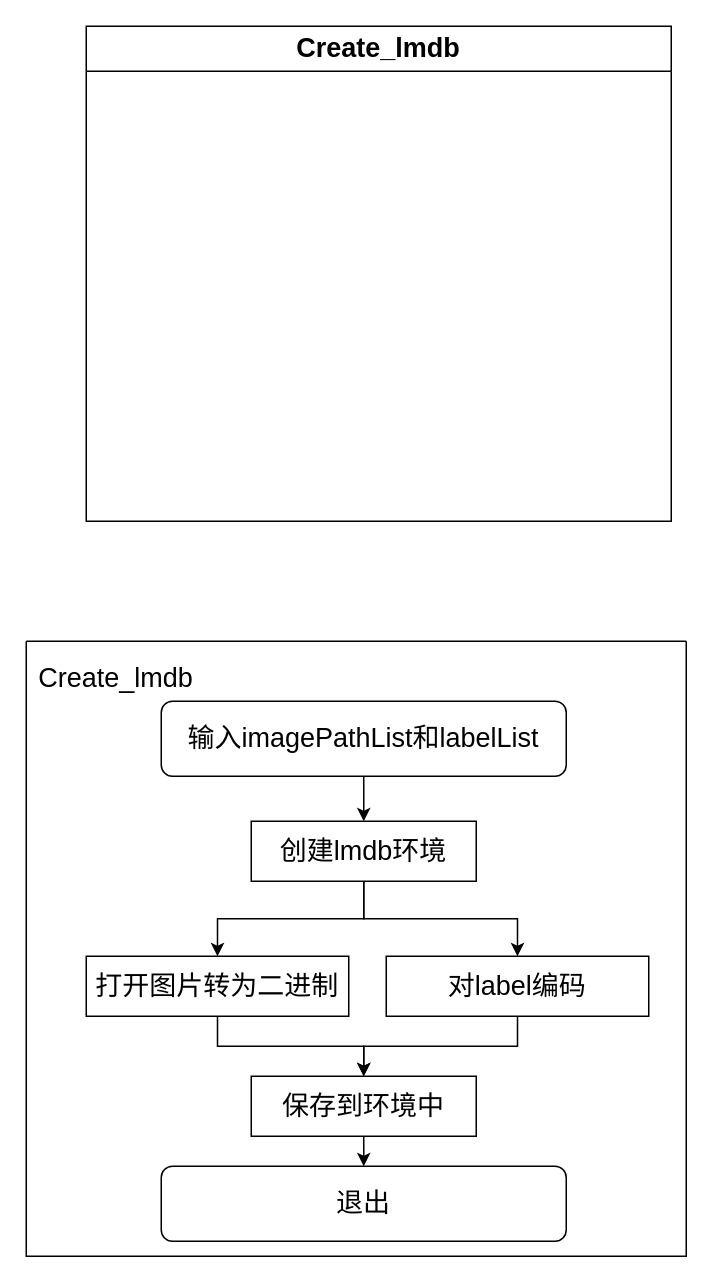
Above: thesis_data_create.drawio in Dong-J93/_pictures (draw.io), before the change. Source tidied: cells renumbered, new cells numbered last; positions are measured from the earlier drawing's top-left corner, leaving out a move shared by most shapes. Both pictures are drawn from the tidied source at 150%, with x=0, y=0 at pixel (26, 26).
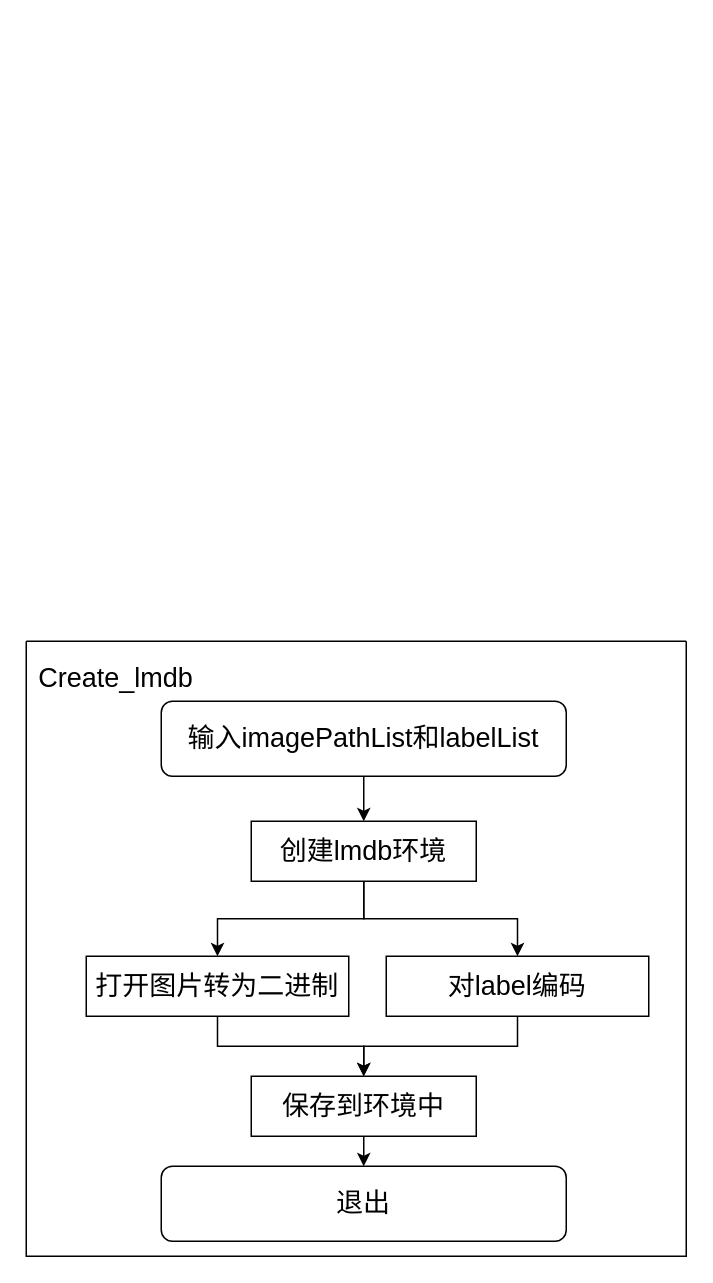
After the change.

Diff of the diagram source:
```diff
@@
 <mxGraphModel>
   <root>
     <mxCell id="0" />
     <mxCell id="1" parent="0" />
-    <mxCell id="2" value="&lt;font style=&quot;font-size: 18px;&quot;&gt;Create_lmdb&lt;/font&gt;" style="swimlane;whiteSpace=wrap;html=1;startSize=30;" parent="1" vertex="1">
-      <mxGeometry x="40" width="390" height="330" as="geometry" />
-    </mxCell>
     <mxCell id="3" style="swimlane;startSize=0;" parent="1" vertex="1">
       <mxGeometry y="410" width="440" height="410" as="geometry" />
     </mxCell>
     <mxCell id="4" style="edgeStyle=orthogonalEdgeStyle;rounded=0;jettySize=auto;html=1;" parent="3" edge="1" source="5" target="6">
       <mxGeometry relative="1" as="geometry" />
     </mxCell>
     <mxCell id="5" value="&lt;font style=&quot;font-size: 18px;&quot;&gt;输入imagePathList和labelList&lt;/font&gt;" style="rounded=1;whiteSpace=wrap;html=1;" parent="3" vertex="1">
       <mxGeometry x="90" y="40" width="270" height="50" as="geometry" />
     </mxCell>
     <mxCell id="6" value="&lt;font style=&quot;font-size: 18px;&quot;&gt;创建lmdb环境&lt;/font&gt;" style="rounded=0;whiteSpace=wrap;html=1;" parent="3" vertex="1">
       <mxGeometry x="150" y="120" width="150" height="40" as="geometry" />
     </mxCell>
     <mxCell id="7" style="edgeStyle=orthogonalEdgeStyle;rounded=0;jettySize=auto;html=1;exitX=0.5;exitY=1;exitDx=0;exitDy=0;entryX=0.5;entryY=0;entryDx=0;entryDy=0;" parent="3" edge="1" source="8" target="15">
       <mxGeometry relative="1" as="geometry" />
     </mxCell>
     <mxCell id="8" value="&lt;font style=&quot;font-size: 18px;&quot;&gt;打开图片转为二进制&lt;/font&gt;" style="rounded=0;whiteSpace=wrap;html=1;" parent="3" vertex="1">
       <mxGeometry x="40" y="210" width="175" height="40" as="geometry" />
     </mxCell>
     <mxCell id="9" style="edgeStyle=orthogonalEdgeStyle;rounded=0;jettySize=auto;html=1;" parent="3" edge="1" source="6" target="8">
       <mxGeometry relative="1" as="geometry" />
     </mxCell>
     <mxCell id="10" value="&lt;font style=&quot;font-size: 18px;&quot;&gt;Create_lmdb&lt;/font&gt;" style="text;html=1;strokeColor=none;fillColor=none;align=center;verticalAlign=middle;whiteSpace=wrap;rounded=0;" parent="3" vertex="1">
       <mxGeometry x="30" y="10" width="60" height="30" as="geometry" />
     </mxCell>
     <mxCell id="11" style="edgeStyle=orthogonalEdgeStyle;rounded=0;jettySize=auto;html=1;" parent="3" edge="1" source="12" target="15">
       <mxGeometry relative="1" as="geometry" />
     </mxCell>
     <mxCell id="12" value="&lt;font style=&quot;font-size: 18px;&quot;&gt;对label编码&lt;/font&gt;" style="rounded=0;whiteSpace=wrap;html=1;" parent="3" vertex="1">
       <mxGeometry x="240" y="210" width="175" height="40" as="geometry" />
     </mxCell>
     <mxCell id="13" style="edgeStyle=orthogonalEdgeStyle;rounded=0;jettySize=auto;html=1;entryX=0.5;entryY=0;entryDx=0;entryDy=0;exitX=0.5;exitY=1;exitDx=0;exitDy=0;" parent="3" edge="1" source="6" target="12">
       <mxGeometry relative="1" as="geometry" />
     </mxCell>
     <mxCell id="14" style="edgeStyle=orthogonalEdgeStyle;rounded=0;jettySize=auto;html=1;exitX=0.5;exitY=1;exitDx=0;exitDy=0;entryX=0.5;entryY=0;entryDx=0;entryDy=0;" parent="3" edge="1" source="15" target="16">
       <mxGeometry relative="1" as="geometry" />
     </mxCell>
     <mxCell id="15" value="&lt;font style=&quot;font-size: 18px;&quot;&gt;保存到环境中&lt;/font&gt;" style="rounded=0;whiteSpace=wrap;html=1;" parent="3" vertex="1">
       <mxGeometry x="150" y="290" width="150" height="40" as="geometry" />
     </mxCell>
     <mxCell id="16" value="&lt;font style=&quot;font-size: 18px;&quot;&gt;退出&lt;/font&gt;" style="rounded=1;whiteSpace=wrap;html=1;" parent="3" vertex="1">
       <mxGeometry x="90" y="350" width="270" height="50" as="geometry" />
     </mxCell>
   </root>
 </mxGraphModel>
```
